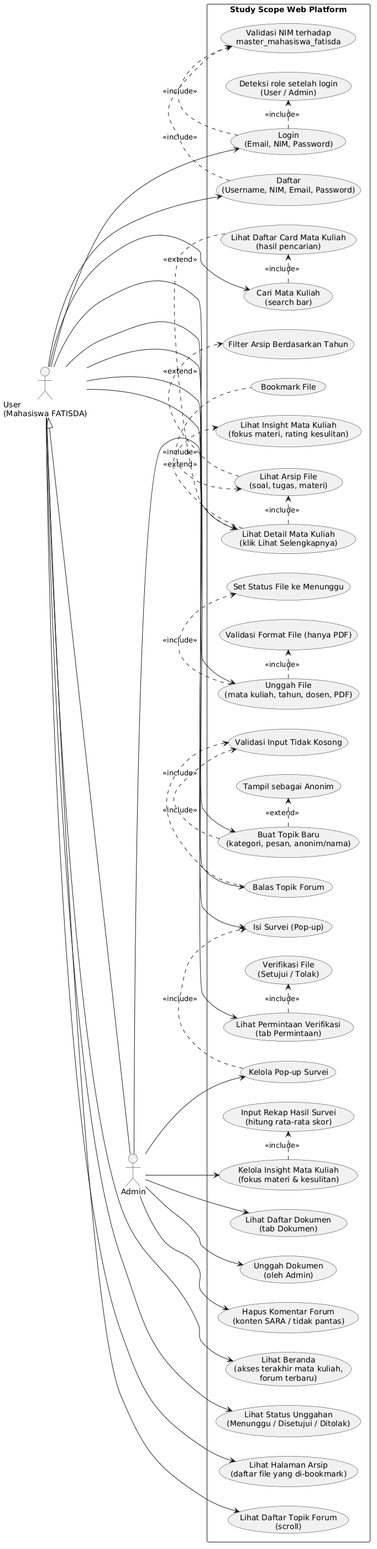
Above: docs/uml/use-case-diagram.png in anisadevina/praktikum-rpl-a-6 (PlantUML), before the change.
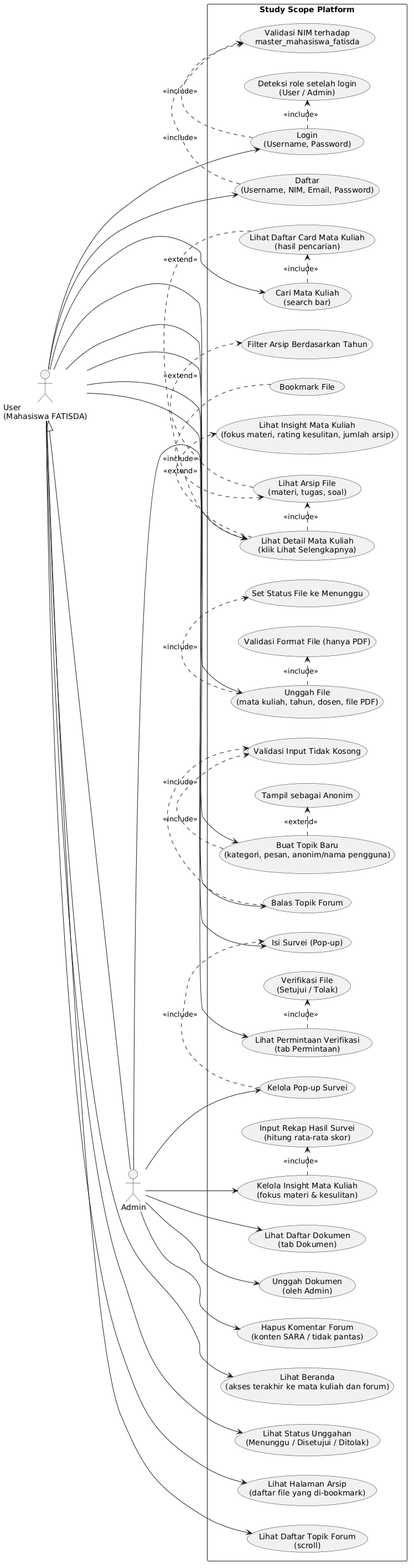
Above is the later version.

Change to the diagram source:
```diff
@@ -8,23 +8,23 @@
 
 User <|-- Admin
 
-rectangle "Study Scope Web Platform" {
+rectangle "Study Scope Platform" {
 
-  usecase "Login\n(Email, NIM, Password)" as UC_Login
+  usecase "Login\n(Username, Password)" as UC_Login
   usecase "Daftar\n(Username, NIM, Email, Password)" as UC_Register
   usecase "Validasi NIM terhadap\nmaster_mahasiswa_fatisda" as UC_NIM
   usecase "Deteksi role setelah login\n(User / Admin)" as UC_Role
 
-  usecase "Lihat Beranda\n(akses terakhir mata kuliah,\nforum terbaru)" as UC_Dashboard
+  usecase "Lihat Beranda\n(akses terakhir ke mata kuliah dan forum)" as UC_Dashboard
 
   usecase "Cari Mata Kuliah\n(search bar)" as UC_Search
   usecase "Lihat Daftar Card Mata Kuliah\n(hasil pencarian)" as UC_CardList
   usecase "Lihat Detail Mata Kuliah\n(klik Lihat Selengkapnya)" as UC_Detail
-  usecase "Lihat Insight Mata Kuliah\n(fokus materi, rating kesulitan)" as UC_Insight
-  usecase "Lihat Arsip File\n(soal, tugas, materi)" as UC_Archive
+  usecase "Lihat Insight Mata Kuliah\n(fokus materi, rating kesulitan, jumlah arsip)" as UC_Insight
+  usecase "Lihat Arsip File\n(materi, tugas, soal)" as UC_Archive
   usecase "Filter Arsip Berdasarkan Tahun" as UC_Filter
 
-  usecase "Unggah File\n(mata kuliah, tahun, dosen, PDF)" as UC_Upload
+  usecase "Unggah File\n(mata kuliah, tahun, dosen, file PDF)" as UC_Upload
   usecase "Lihat Status Unggahan\n(Menunggu / Disetujui / Ditolak)" as UC_UploadStatus
   usecase "Validasi Format File (hanya PDF)" as UC_FormatVal
   usecase "Set Status File ke Menunggu" as UC_Pending
@@ -33,7 +33,7 @@
   usecase "Lihat Halaman Arsip\n(daftar file yang di-bookmark)" as UC_Arsip
 
   usecase "Lihat Daftar Topik Forum\n(scroll)" as UC_Forum
-  usecase "Buat Topik Baru\n(kategori, pesan, anonim/nama)" as UC_CreateTopic
+  usecase "Buat Topik Baru\n(kategori, pesan, anonim/nama pengguna)" as UC_CreateTopic
   usecase "Balas Topik Forum" as UC_Reply
   usecase "Validasi Input Tidak Kosong" as UC_EmptyVal
   usecase "Tampil sebagai Anonim" as UC_Anon
```
